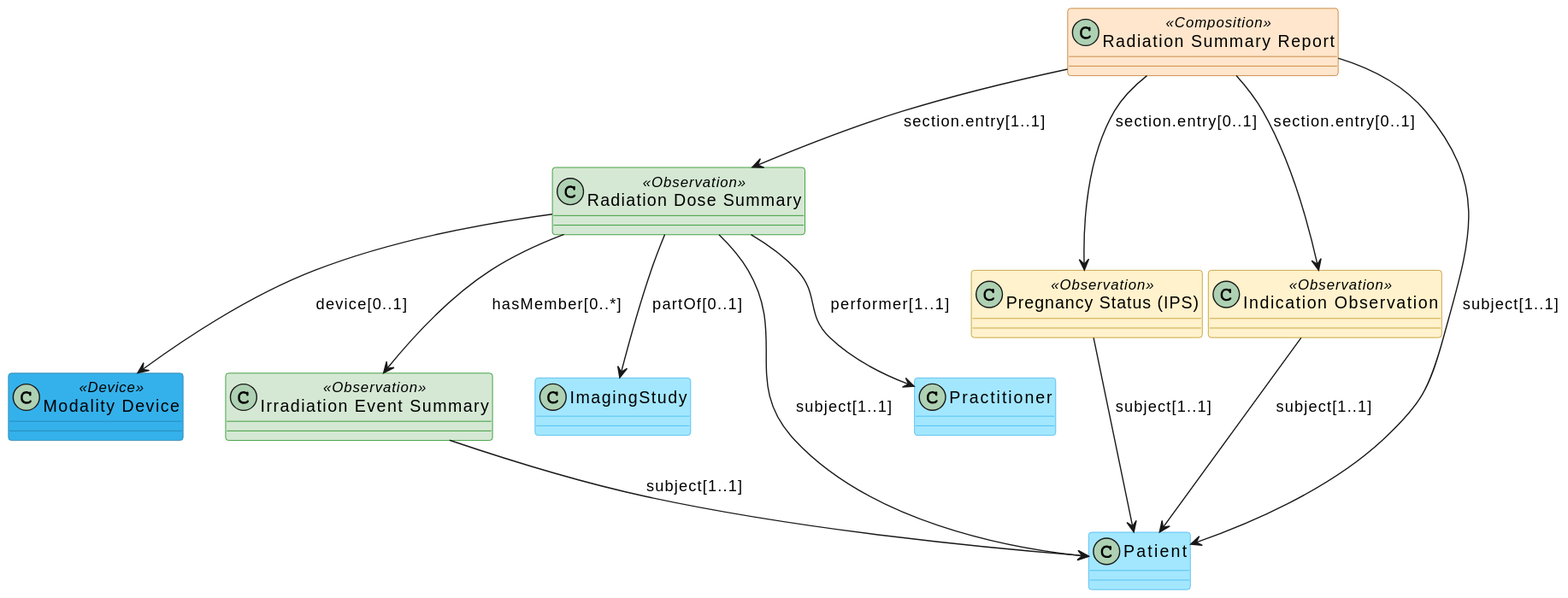
Earlier version of the PlantUML export input/images/archi.svg (HL7/fhir-radiation-dose-summary-ig).
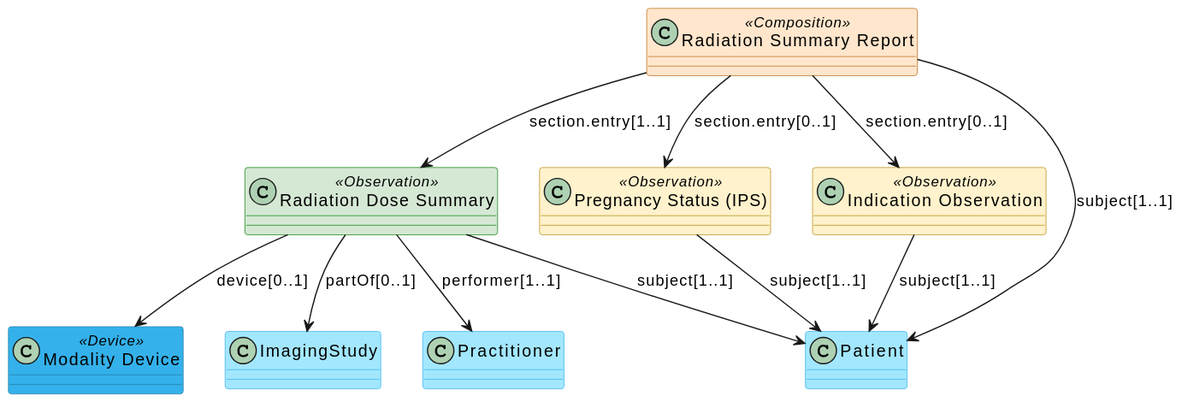
After the commit.

Commit message:
FHIR-35713 - remove irradiation event profile

What changed in the source:
```diff
@@ -4,7 +4,6 @@
 class "Pregnancy Status (IPS)" as PregnancyStatus <<Observation>> #fff2cc ##b3880c
 class "Indication Observation" as Indication <<Observation>> #fff2cc ##b3880c
 class "Modality Device" as Modality <<Device>> #34b1eb ##217aa3
-class "Irradiation Event Summary" as IrradiationEvent <<Observation>> #d5e8d4 ##green
 class "ImagingStudy" as ImagingStudy #a3e7ff ##34b1eb
 class "Patient" as Patient #a3e7ff ##34b1eb
 class "Practitioner" as Practitioner #a3e7ff ##34b1eb
@@ -12,9 +11,7 @@
 DoseSummary   -down-> Patient : subject[1..1]
 DoseSummary   -down-> Practitioner : performer[1..1]
 DoseSummary   -down-> ImagingStudy : partOf[0..1]
-DoseSummary   -down-> IrradiationEvent : hasMember[0..*]
 DoseSummary   -down-> Modality : device[0..1]
-IrradiationEvent  -down-> Patient : subject[1..1]
 PregnancyStatus  -down-> Patient : subject[1..1]
 Indication  -down-> Patient : subject[1..1]
 RSR -down-> Patient : subject[1..1]
```
